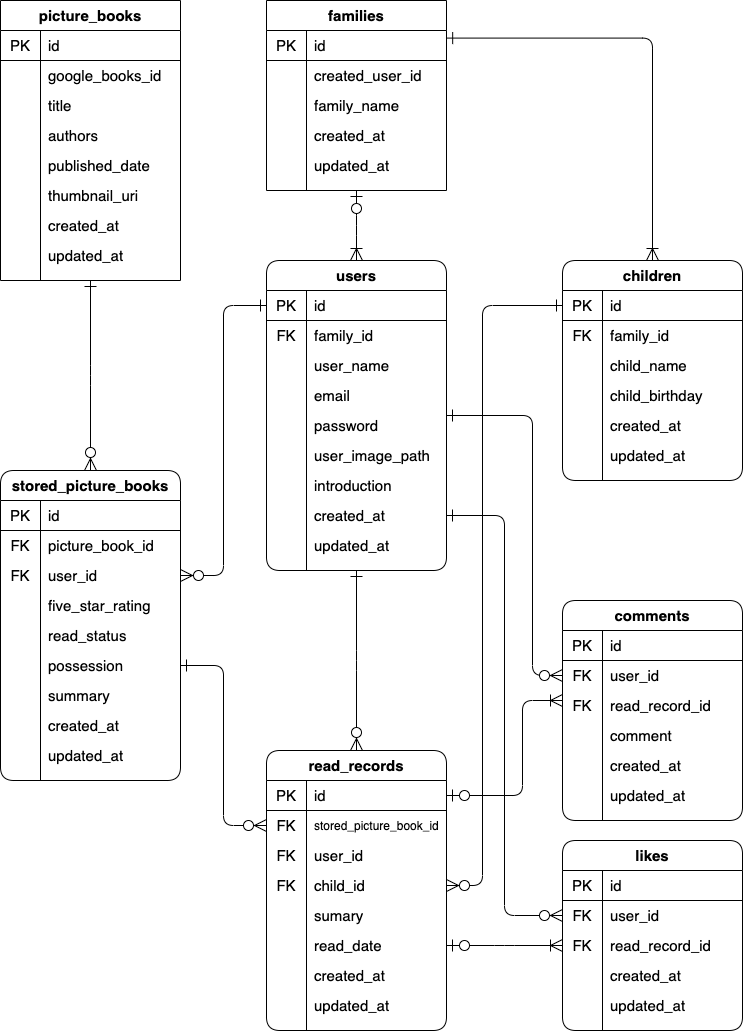
Above: erd.png in ryamate/Yonde (draw.io), before the change. Source tidied: cells renumbered, new cells last; positions are measured from the earlier drawing's top-left corner, leaving out a move shared by most shapes.
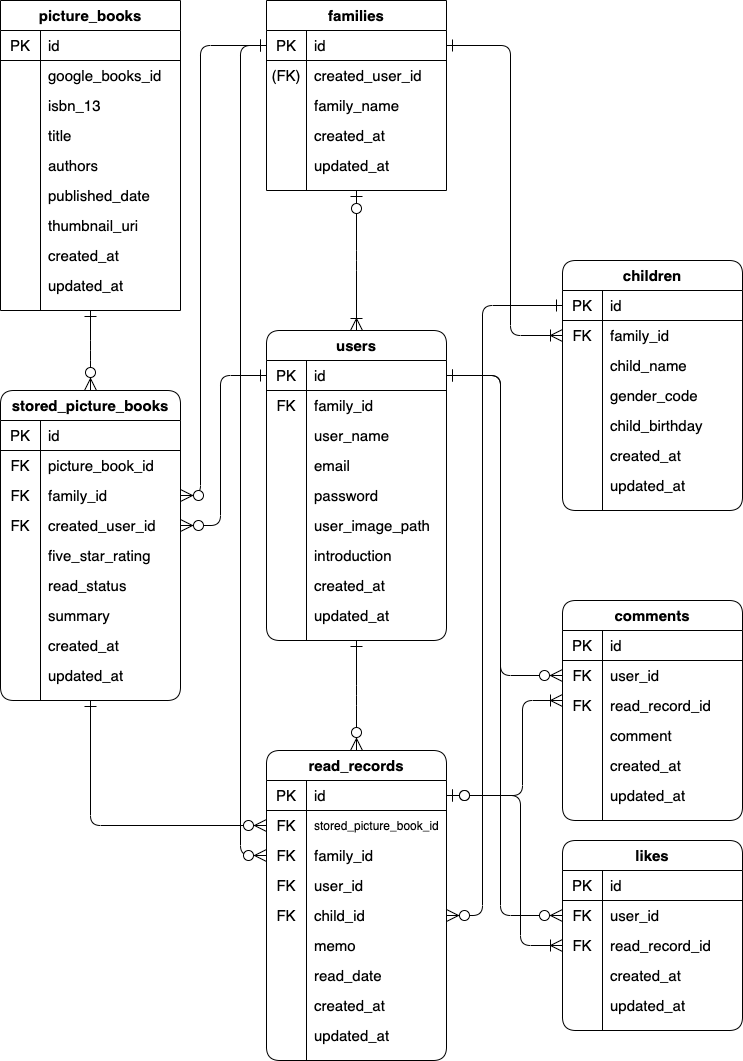
Later version of the same file.

Commit message:
[docs] 基本設計整理（ページ遷移図、WF、ER図、テーブル設計） closed #74

The edit, as a diff of the source:
```diff
@@ -4,2 +4,9 @@
     <mxCell id="1" parent="0" />
+    <mxCell id="189" style="edgeStyle=elbowEdgeStyle;jettySize=auto;html=1;startArrow=ERone;startFill=0;endArrow=ERzeroToMany;endFill=1;fontSize=15;endSize=10;startSize=10;" parent="1" edge="1" source="3" target="199">
+      <mxGeometry relative="1" as="geometry">
+        <Array as="points">
+          <mxPoint x="240" y="460" />
+        </Array>
+      </mxGeometry>
+    </mxCell>
     <mxCell id="2" value="families" style="shape=table;html=1;whiteSpace=wrap;startSize=30;rowLines=0;fontStyle=1;align=center;fontSize=15;rounded=0;" parent="1" vertex="1">
@@ -19,3 +26,3 @@
     </mxCell>
-    <mxCell id="7" style="shape=partialRectangle;html=1;whiteSpace=wrap;fillColor=none;top=0;left=0;bottom=0;right=0;overflow=hidden;fontSize=15;rounded=1;" parent="6" vertex="1">
+    <mxCell id="7" value="&lt;span&gt;(FK)&lt;/span&gt;" style="shape=partialRectangle;html=1;whiteSpace=wrap;fillColor=none;top=0;left=0;bottom=0;right=0;overflow=hidden;fontSize=15;rounded=1;" parent="6" vertex="1">
       <mxGeometry width="40" height="30" as="geometry" />
@@ -53,3 +60,3 @@
     <mxCell id="18" value="picture_books" style="shape=table;html=1;whiteSpace=wrap;startSize=30;rowLines=0;fontStyle=1;align=center;fontSize=15;rounded=0;shadow=0;" parent="1" vertex="1">
-      <mxGeometry width="180" height="280" as="geometry" />
+      <mxGeometry width="180" height="310" as="geometry" />
     </mxCell>
@@ -73,4 +80,13 @@
     </mxCell>
+    <mxCell id="190" style="shape=partialRectangle;html=1;whiteSpace=wrap;fillColor=none;top=0;left=0;bottom=0;right=0;fontSize=15;rounded=1;" parent="18" vertex="1">
+      <mxGeometry y="90" width="180" height="30" as="geometry" />
+    </mxCell>
+    <mxCell id="191" style="shape=partialRectangle;html=1;whiteSpace=wrap;fillColor=none;top=0;left=0;bottom=0;right=0;overflow=hidden;fontSize=15;rounded=1;" parent="190" vertex="1">
+      <mxGeometry width="40" height="30" as="geometry" />
+    </mxCell>
+    <mxCell id="192" value="isbn_13" style="shape=partialRectangle;html=1;whiteSpace=wrap;fillColor=none;top=0;left=0;bottom=0;right=0;align=left;spacingLeft=6;overflow=hidden;fontSize=15;rounded=1;" parent="190" vertex="1">
+      <mxGeometry x="40" width="140" height="30" as="geometry" />
+    </mxCell>
     <mxCell id="25" style="shape=partialRectangle;html=1;whiteSpace=wrap;fillColor=none;top=0;left=0;bottom=0;right=0;fontSize=15;rounded=1;" parent="18" vertex="1">
-      <mxGeometry y="90" width="180" height="30" as="geometry" />
+      <mxGeometry y="120" width="180" height="30" as="geometry" />
     </mxCell>
@@ -83,3 +99,3 @@
     <mxCell id="28" style="shape=partialRectangle;html=1;whiteSpace=wrap;fillColor=none;top=0;left=0;bottom=0;right=0;fontSize=15;rounded=1;" parent="18" vertex="1">
-      <mxGeometry y="120" width="180" height="30" as="geometry" />
+      <mxGeometry y="150" width="180" height="30" as="geometry" />
     </mxCell>
@@ -92,3 +108,3 @@
     <mxCell id="31" style="shape=partialRectangle;html=1;whiteSpace=wrap;fillColor=none;top=0;left=0;bottom=0;right=0;fontSize=15;rounded=1;" parent="18" vertex="1">
-      <mxGeometry y="150" width="180" height="30" as="geometry" />
+      <mxGeometry y="180" width="180" height="30" as="geometry" />
     </mxCell>
@@ -101,3 +117,3 @@
     <mxCell id="34" style="shape=partialRectangle;html=1;whiteSpace=wrap;fillColor=none;top=0;left=0;bottom=0;right=0;fontSize=15;rounded=1;" parent="18" vertex="1">
-      <mxGeometry y="180" width="180" height="30" as="geometry" />
+      <mxGeometry y="210" width="180" height="30" as="geometry" />
     </mxCell>
@@ -110,3 +126,3 @@
     <mxCell id="37" style="shape=partialRectangle;html=1;whiteSpace=wrap;fillColor=none;top=0;left=0;bottom=0;right=0;fontSize=15;rounded=1;" parent="18" vertex="1">
-      <mxGeometry y="210" width="180" height="30" as="geometry" />
+      <mxGeometry y="240" width="180" height="30" as="geometry" />
     </mxCell>
@@ -119,3 +135,3 @@
     <mxCell id="40" style="shape=partialRectangle;html=1;whiteSpace=wrap;fillColor=none;top=0;left=0;bottom=0;right=0;fontSize=15;rounded=1;" parent="18" vertex="1">
-      <mxGeometry y="240" width="180" height="30" as="geometry" />
+      <mxGeometry y="270" width="180" height="30" as="geometry" />
     </mxCell>
@@ -127,7 +143,11 @@
     </mxCell>
-    <mxCell id="43" style="edgeStyle=elbowEdgeStyle;jettySize=auto;html=1;startArrow=ERone;startFill=0;endArrow=ERzeroToMany;endFill=1;entryX=0;entryY=0.5;entryDx=0;entryDy=0;fontSize=15;endSize=10;startSize=10;exitX=1;exitY=0.5;exitDx=0;exitDy=0;" parent="1" edge="1" source="88" target="126">
-      <mxGeometry relative="1" as="geometry" />
+    <mxCell id="43" style="edgeStyle=elbowEdgeStyle;jettySize=auto;html=1;startArrow=ERone;startFill=0;endArrow=ERzeroToMany;endFill=1;entryX=0;entryY=0.5;entryDx=0;entryDy=0;fontSize=15;endSize=10;startSize=10;exitX=0.5;exitY=1;exitDx=0;exitDy=0;" parent="1" edge="1" source="72" target="126">
+      <mxGeometry relative="1" as="geometry">
+        <Array as="points">
+          <mxPoint x="90" y="830" />
+        </Array>
+      </mxGeometry>
     </mxCell>
     <mxCell id="44" value="users" style="shape=table;html=1;whiteSpace=wrap;startSize=30;rowLines=0;fontStyle=1;align=center;fontSize=15;rounded=1;" parent="1" vertex="1">
-      <mxGeometry x="266" y="260" width="180" height="310" as="geometry" />
+      <mxGeometry x="266" y="330" width="180" height="310" as="geometry" />
     </mxCell>
@@ -215,3 +235,3 @@
     <mxCell id="72" value="stored_picture_books" style="shape=table;html=1;whiteSpace=wrap;startSize=30;rowLines=0;fontStyle=1;align=center;fontSize=15;rounded=1;" parent="1" vertex="1">
-      <mxGeometry y="470" width="180" height="310" as="geometry" />
+      <mxGeometry y="390" width="180" height="310" as="geometry" />
     </mxCell>
@@ -241,7 +261,16 @@
     </mxCell>
-    <mxCell id="81" value="user_id" style="shape=partialRectangle;html=1;whiteSpace=wrap;fillColor=none;top=0;left=0;bottom=0;right=0;align=left;spacingLeft=6;overflow=hidden;fontSize=15;rounded=1;" parent="79" vertex="1">
+    <mxCell id="81" value="family_id" style="shape=partialRectangle;html=1;whiteSpace=wrap;fillColor=none;top=0;left=0;bottom=0;right=0;align=left;spacingLeft=6;overflow=hidden;fontSize=15;rounded=1;" parent="79" vertex="1">
       <mxGeometry x="40" width="140" height="30" as="geometry" />
     </mxCell>
+    <mxCell id="193" style="shape=partialRectangle;html=1;whiteSpace=wrap;fillColor=none;top=0;left=0;bottom=0;right=0;points=[[0,0.5],[1,0.5]];portConstraint=eastwest;fontSize=15;rounded=1;" parent="72" vertex="1">
+      <mxGeometry y="120" width="180" height="30" as="geometry" />
+    </mxCell>
+    <mxCell id="194" value="FK" style="shape=partialRectangle;html=1;whiteSpace=wrap;fillColor=none;top=0;left=0;bottom=0;right=0;overflow=hidden;fontSize=15;rounded=1;" parent="193" vertex="1">
+      <mxGeometry width="40" height="30" as="geometry" />
+    </mxCell>
+    <mxCell id="195" value="created_user_id" style="shape=partialRectangle;html=1;whiteSpace=wrap;fillColor=none;top=0;left=0;bottom=0;right=0;align=left;spacingLeft=6;overflow=hidden;fontSize=15;rounded=1;" parent="193" vertex="1">
+      <mxGeometry x="40" width="140" height="30" as="geometry" />
+    </mxCell>
     <mxCell id="82" style="shape=partialRectangle;html=1;whiteSpace=wrap;fillColor=none;top=0;left=0;bottom=0;right=0;fontSize=15;rounded=1;" parent="72" vertex="1">
-      <mxGeometry y="120" width="180" height="30" as="geometry" />
+      <mxGeometry y="150" width="180" height="30" as="geometry" />
     </mxCell>
@@ -254,3 +283,3 @@
     <mxCell id="85" style="shape=partialRectangle;html=1;whiteSpace=wrap;fillColor=none;top=0;left=0;bottom=0;right=0;fontSize=15;rounded=1;" parent="72" vertex="1">
-      <mxGeometry y="150" width="180" height="30" as="geometry" />
+      <mxGeometry y="180" width="180" height="30" as="geometry" />
     </mxCell>
@@ -262,11 +291,2 @@
     </mxCell>
-    <mxCell id="88" style="shape=partialRectangle;html=1;whiteSpace=wrap;fillColor=none;top=0;left=0;bottom=0;right=0;points=[[0,0.5],[1,0.5]];portConstraint=eastwest;fontSize=15;rounded=1;" parent="72" vertex="1">
-      <mxGeometry y="180" width="180" height="30" as="geometry" />
-    </mxCell>
-    <mxCell id="89" style="shape=partialRectangle;html=1;whiteSpace=wrap;fillColor=none;top=0;left=0;bottom=0;right=0;overflow=hidden;fontSize=15;rounded=1;" parent="88" vertex="1">
-      <mxGeometry width="40" height="30" as="geometry" />
-    </mxCell>
-    <mxCell id="90" value="&lt;meta charset=&quot;utf-8&quot; style=&quot;font-size: 15px;&quot;&gt;possession" style="shape=partialRectangle;html=1;whiteSpace=wrap;fillColor=none;top=0;left=0;bottom=0;right=0;align=left;spacingLeft=6;overflow=hidden;fontSize=15;rounded=1;" parent="88" vertex="1">
-      <mxGeometry x="40" width="140" height="30" as="geometry" />
-    </mxCell>
     <mxCell id="91" style="shape=partialRectangle;html=1;whiteSpace=wrap;fillColor=none;top=0;left=0;bottom=0;right=0;fontSize=15;rounded=1;" parent="72" vertex="1">
@@ -298,4 +318,8 @@
     </mxCell>
-    <mxCell id="100" style="edgeStyle=elbowEdgeStyle;jettySize=auto;html=1;startArrow=ERzeroToMany;startFill=1;exitX=1;exitY=0.5;exitDx=0;exitDy=0;endArrow=ERone;endFill=0;entryX=0;entryY=0.5;entryDx=0;entryDy=0;fontSize=15;endSize=10;startSize=10;" parent="1" edge="1" source="79" target="45">
-      <mxGeometry relative="1" as="geometry" />
+    <mxCell id="100" style="edgeStyle=elbowEdgeStyle;jettySize=auto;html=1;startArrow=ERzeroToMany;startFill=1;endArrow=ERone;endFill=0;fontSize=15;endSize=10;startSize=10;" parent="1" edge="1" source="79" target="3">
+      <mxGeometry relative="1" as="geometry">
+        <Array as="points">
+          <mxPoint x="200" y="280" />
+        </Array>
+      </mxGeometry>
     </mxCell>
@@ -304,6 +328,6 @@
     </mxCell>
-    <mxCell id="102" style="jettySize=auto;html=1;startArrow=ERone;startFill=0;endArrow=ERoneToMany;endFill=0;fontSize=15;endSize=10;startSize=10;edgeStyle=elbowEdgeStyle;entryX=0.5;entryY=0;entryDx=0;entryDy=0;exitX=1.001;exitY=0.253;exitDx=0;exitDy=0;exitPerimeter=0;" parent="1" edge="1" source="3" target="103">
+    <mxCell id="102" style="jettySize=auto;html=1;startArrow=ERone;startFill=0;endArrow=ERoneToMany;endFill=0;fontSize=15;endSize=10;startSize=10;edgeStyle=elbowEdgeStyle;exitX=1;exitY=0.5;exitDx=0;exitDy=0;" parent="1" edge="1" source="3" target="107">
       <mxGeometry relative="1" as="geometry">
         <Array as="points">
-          <mxPoint x="652" y="38" />
+          <mxPoint x="510" y="50" />
         </Array>
@@ -312,3 +336,3 @@
     <mxCell id="103" value="children" style="shape=table;html=1;whiteSpace=wrap;startSize=30;rowLines=0;fontStyle=1;align=center;fontSize=15;rounded=1;" parent="1" vertex="1">
-      <mxGeometry x="562" y="260" width="180" height="220" as="geometry" />
+      <mxGeometry x="562" y="260" width="180" height="250" as="geometry" />
     </mxCell>
@@ -341,4 +365,13 @@
     </mxCell>
+    <mxCell id="196" style="shape=partialRectangle;html=1;whiteSpace=wrap;fillColor=none;top=0;left=0;bottom=0;right=0;fontSize=15;rounded=1;" parent="103" vertex="1">
+      <mxGeometry y="120" width="180" height="30" as="geometry" />
+    </mxCell>
+    <mxCell id="197" style="shape=partialRectangle;html=1;whiteSpace=wrap;fillColor=none;top=0;left=0;bottom=0;right=0;overflow=hidden;fontSize=15;rounded=1;" parent="196" vertex="1">
+      <mxGeometry width="40" height="30" as="geometry" />
+    </mxCell>
+    <mxCell id="198" value="gender_code" style="shape=partialRectangle;html=1;whiteSpace=wrap;fillColor=none;top=0;left=0;bottom=0;right=0;align=left;spacingLeft=6;overflow=hidden;fontSize=15;rounded=1;" parent="196" vertex="1">
+      <mxGeometry x="40" width="140" height="30" as="geometry" />
+    </mxCell>
     <mxCell id="113" style="shape=partialRectangle;html=1;whiteSpace=wrap;fillColor=none;top=0;left=0;bottom=0;right=0;fontSize=15;rounded=1;" parent="103" vertex="1">
-      <mxGeometry y="120" width="180" height="30" as="geometry" />
+      <mxGeometry y="150" width="180" height="30" as="geometry" />
     </mxCell>
@@ -351,3 +384,3 @@
     <mxCell id="116" style="shape=partialRectangle;html=1;whiteSpace=wrap;fillColor=none;top=0;left=0;bottom=0;right=0;fontSize=15;rounded=1;" parent="103" vertex="1">
-      <mxGeometry y="150" width="180" height="30" as="geometry" />
+      <mxGeometry y="180" width="180" height="30" as="geometry" />
     </mxCell>
@@ -360,3 +393,3 @@
     <mxCell id="119" style="shape=partialRectangle;html=1;whiteSpace=wrap;fillColor=none;top=0;left=0;bottom=0;right=0;fontSize=15;rounded=1;" parent="103" vertex="1">
-      <mxGeometry y="180" width="180" height="30" as="geometry" />
+      <mxGeometry y="210" width="180" height="30" as="geometry" />
     </mxCell>
@@ -369,3 +402,3 @@
     <mxCell id="122" value="&lt;span style=&quot;font-size: 15px;&quot;&gt;&lt;font style=&quot;font-size: 15px;&quot;&gt;read_records&lt;/font&gt;&lt;/span&gt;" style="shape=table;html=1;whiteSpace=wrap;startSize=30;rowLines=0;fontStyle=1;align=center;fontSize=15;rounded=1;" parent="1" vertex="1">
-      <mxGeometry x="266" y="750" width="180" height="280" as="geometry" />
+      <mxGeometry x="266" y="750" width="180" height="310" as="geometry" />
     </mxCell>
@@ -389,4 +422,13 @@
     </mxCell>
+    <mxCell id="199" style="shape=partialRectangle;html=1;whiteSpace=wrap;fillColor=none;top=0;left=0;bottom=0;right=0;points=[[0,0.5],[1,0.5]];portConstraint=eastwest;fontSize=15;rounded=1;" parent="122" vertex="1">
+      <mxGeometry y="90" width="180" height="30" as="geometry" />
+    </mxCell>
+    <mxCell id="200" value="FK" style="shape=partialRectangle;html=1;whiteSpace=wrap;fillColor=none;top=0;left=0;bottom=0;right=0;overflow=hidden;fontSize=15;rounded=1;" parent="199" vertex="1">
+      <mxGeometry width="40" height="30" as="geometry" />
+    </mxCell>
+    <mxCell id="201" value="family_id" style="shape=partialRectangle;html=1;whiteSpace=wrap;fillColor=none;top=0;left=0;bottom=0;right=0;align=left;spacingLeft=6;overflow=hidden;fontSize=15;rounded=1;" parent="199" vertex="1">
+      <mxGeometry x="40" width="140" height="30" as="geometry" />
+    </mxCell>
     <mxCell id="129" style="shape=partialRectangle;html=1;whiteSpace=wrap;fillColor=none;top=0;left=0;bottom=0;right=0;fontSize=15;rounded=1;" parent="122" vertex="1">
-      <mxGeometry y="90" width="180" height="30" as="geometry" />
+      <mxGeometry y="120" width="180" height="30" as="geometry" />
     </mxCell>
@@ -399,3 +441,3 @@
     <mxCell id="132" style="shape=partialRectangle;html=1;whiteSpace=wrap;fillColor=none;top=0;left=0;bottom=0;right=0;points=[[0,0.5],[1,0.5]];portConstraint=eastwest;fontSize=15;rounded=1;" parent="122" vertex="1">
-      <mxGeometry y="120" width="180" height="30" as="geometry" />
+      <mxGeometry y="150" width="180" height="30" as="geometry" />
     </mxCell>
@@ -408,3 +450,3 @@
     <mxCell id="135" style="shape=partialRectangle;html=1;whiteSpace=wrap;fillColor=none;top=0;left=0;bottom=0;right=0;fontSize=15;rounded=1;" parent="122" vertex="1">
-      <mxGeometry y="150" width="180" height="30" as="geometry" />
+      <mxGeometry y="180" width="180" height="30" as="geometry" />
     </mxCell>
@@ -413,3 +455,3 @@
     </mxCell>
-    <mxCell id="137" value="&lt;meta charset=&quot;utf-8&quot; style=&quot;font-size: 15px;&quot;&gt;sumary" style="shape=partialRectangle;html=1;whiteSpace=wrap;fillColor=none;top=0;left=0;bottom=0;right=0;align=left;spacingLeft=6;overflow=hidden;fontSize=15;rounded=1;" parent="135" vertex="1">
+    <mxCell id="137" value="memo" style="shape=partialRectangle;html=1;whiteSpace=wrap;fillColor=none;top=0;left=0;bottom=0;right=0;align=left;spacingLeft=6;overflow=hidden;fontSize=15;rounded=1;" parent="135" vertex="1">
       <mxGeometry x="40" width="140" height="30" as="geometry" />
@@ -417,3 +459,3 @@
     <mxCell id="138" style="shape=partialRectangle;html=1;whiteSpace=wrap;fillColor=none;top=0;left=0;bottom=0;right=0;points=[[0,0.5],[1,0.5]];portConstraint=eastwest;fontSize=15;rounded=1;" parent="122" vertex="1">
-      <mxGeometry y="180" width="180" height="30" as="geometry" />
+      <mxGeometry y="210" width="180" height="30" as="geometry" />
     </mxCell>
@@ -426,3 +468,3 @@
     <mxCell id="141" style="shape=partialRectangle;html=1;whiteSpace=wrap;fillColor=none;top=0;left=0;bottom=0;right=0;fontSize=15;rounded=1;" parent="122" vertex="1">
-      <mxGeometry y="210" width="180" height="30" as="geometry" />
+      <mxGeometry y="240" width="180" height="30" as="geometry" />
     </mxCell>
@@ -435,3 +477,3 @@
     <mxCell id="144" style="shape=partialRectangle;html=1;whiteSpace=wrap;fillColor=none;top=0;left=0;bottom=0;right=0;fontSize=15;rounded=1;" parent="122" vertex="1">
-      <mxGeometry y="240" width="180" height="30" as="geometry" />
+      <mxGeometry y="270" width="180" height="30" as="geometry" />
     </mxCell>
@@ -504,7 +546,15 @@
     </mxCell>
-    <mxCell id="166" style="edgeStyle=elbowEdgeStyle;jettySize=auto;html=1;startArrow=ERoneToMany;startFill=0;endArrow=ERzeroToOne;endFill=1;fontSize=15;endSize=10;startSize=10;entryX=1;entryY=0.5;entryDx=0;entryDy=0;" parent="1" edge="1" source="157" target="138">
-      <mxGeometry relative="1" as="geometry" />
+    <mxCell id="166" style="edgeStyle=elbowEdgeStyle;jettySize=auto;html=1;startArrow=ERoneToMany;startFill=0;endArrow=ERzeroToOne;endFill=1;fontSize=15;endSize=10;startSize=10;" parent="1" edge="1" source="157" target="123">
+      <mxGeometry relative="1" as="geometry">
+        <Array as="points">
+          <mxPoint x="520" y="830" />
+        </Array>
+      </mxGeometry>
     </mxCell>
-    <mxCell id="167" style="edgeStyle=elbowEdgeStyle;jettySize=auto;html=1;startArrow=ERzeroToMany;startFill=1;endArrow=ERone;endFill=0;fontSize=15;endSize=10;startSize=10;entryX=1;entryY=0.5;entryDx=0;entryDy=0;" parent="1" edge="1" source="154" target="66">
-      <mxGeometry relative="1" as="geometry" />
+    <mxCell id="167" style="edgeStyle=elbowEdgeStyle;jettySize=auto;html=1;startArrow=ERzeroToMany;startFill=1;endArrow=ERone;endFill=0;fontSize=15;endSize=10;startSize=10;" parent="1" edge="1" source="154" target="45">
+      <mxGeometry relative="1" as="geometry">
+        <Array as="points">
+          <mxPoint x="500" y="640" />
+        </Array>
+      </mxGeometry>
     </mxCell>
@@ -567,7 +617,6 @@
     </mxCell>
-    <mxCell id="187" style="edgeStyle=elbowEdgeStyle;jettySize=auto;html=1;startArrow=ERzeroToMany;startFill=1;endArrow=ERone;endFill=0;fontSize=15;endSize=10;startSize=10;entryX=1;entryY=0.5;entryDx=0;entryDy=0;" parent="1" edge="1" source="172">
+    <mxCell id="187" style="edgeStyle=elbowEdgeStyle;jettySize=auto;html=1;startArrow=ERzeroToMany;startFill=1;endArrow=ERone;endFill=0;fontSize=15;endSize=10;startSize=10;" parent="1" edge="1" source="172" target="45">
       <mxGeometry relative="1" as="geometry">
-        <mxPoint x="446" y="415" as="targetPoint" />
         <Array as="points">
-          <mxPoint x="532" y="520" />
+          <mxPoint x="500" y="520" />
         </Array>
@@ -582,2 +631,9 @@
     </mxCell>
+    <mxCell id="202" style="edgeStyle=elbowEdgeStyle;jettySize=auto;html=1;startArrow=ERzeroToMany;startFill=1;endArrow=ERone;endFill=0;fontSize=15;endSize=10;startSize=10;" parent="1" edge="1" source="193" target="45">
+      <mxGeometry relative="1" as="geometry">
+        <Array as="points">
+          <mxPoint x="220" y="420" />
+        </Array>
+      </mxGeometry>
+    </mxCell>
   </root>
```
